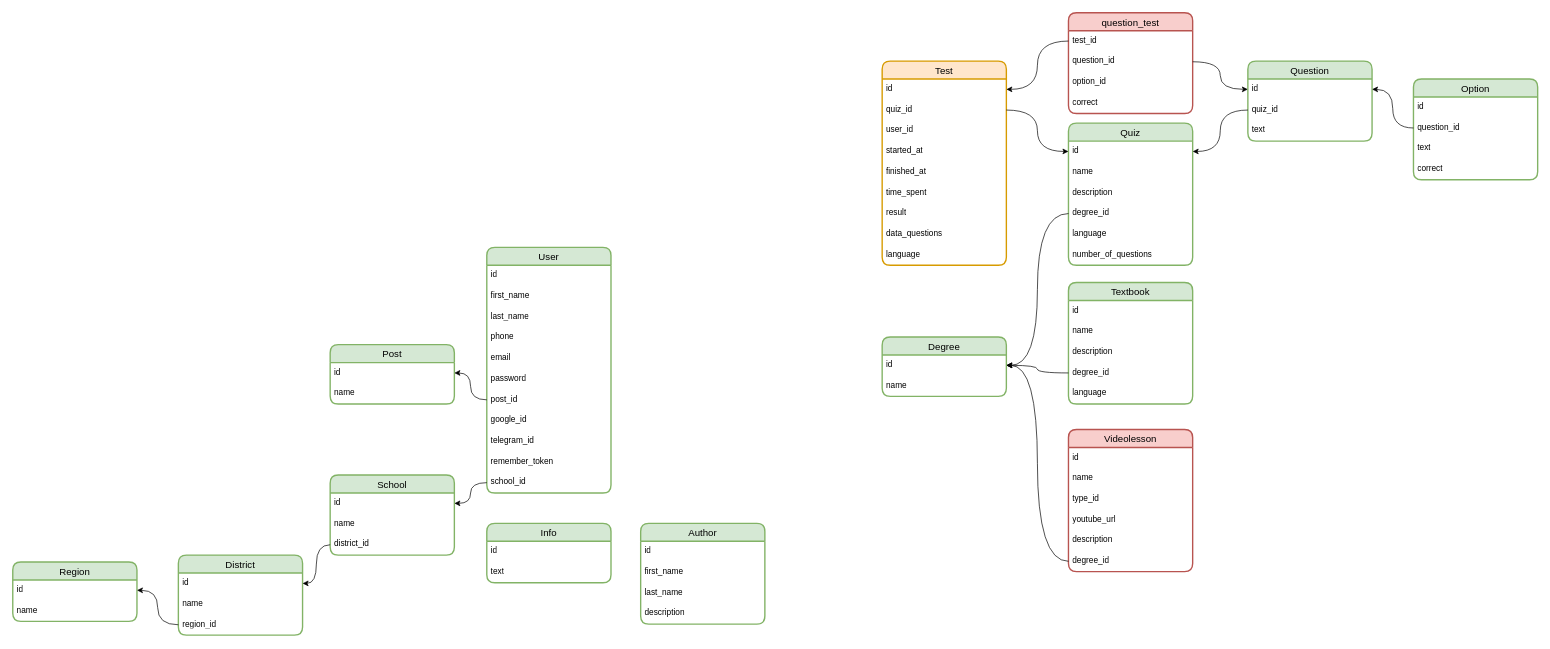
Earlier version of the draw.io diagram karsoft-learn-platform.drawio (iztileuoff/databases). Source tidied: cells renumbered, new cells numbered last; positions are measured from the earlier drawing's top-left corner, leaving out a move shared by most shapes. Both pictures are drawn from the tidied source at 69%, with x=0, y=0 at pixel (12, 12).
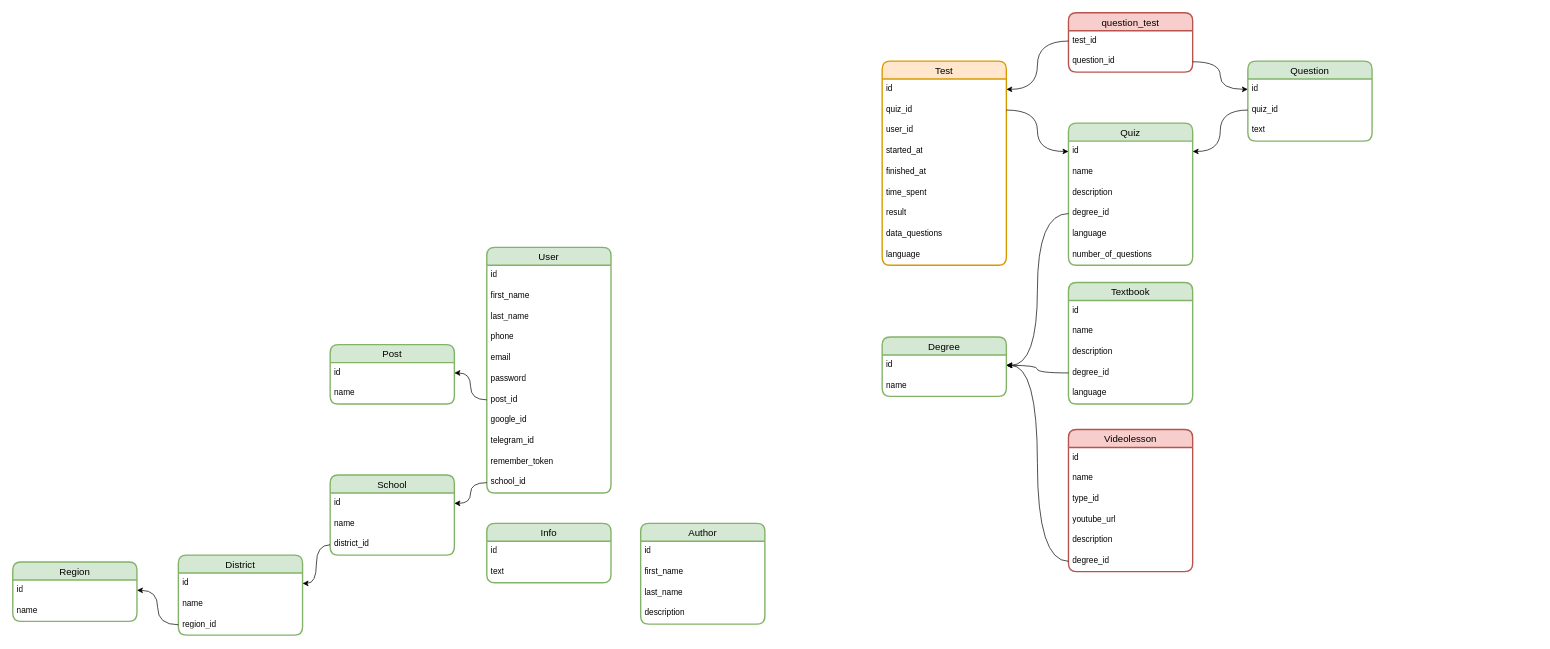
The same page after the edit.

The change refers to these unchanged cells:
```xml
<mxCell id="25" value="id" style="text;strokeColor=none;fillColor=none;spacingLeft=4;spacingRight=4;overflow=hidden;points=[[0,0.5],[1,0.5]];portConstraint=eastwest;fontSize=12;whiteSpace=wrap;html=1;" parent="24" vertex="1">
  <mxGeometry y="26" width="180" height="30" as="geometry" />
</mxCell>
```

What changed in the source:
```diff
@@
-    <mxCell id="28" value="Option" style="swimlane;fontStyle=0;horizontal=1;startSize=26;align=center;fontSize=14;strokeWidth=2;rounded=1;shadow=0;glass=0;swimlaneLine=1;labelBackgroundColor=none;labelBorderColor=none;textShadow=0;fillColor=#d5e8d4;strokeColor=#82b366;" parent="1" vertex="1">
-      <mxGeometry x="2030" y="96" width="180" height="146" as="geometry" />
-    </mxCell>
-    <mxCell id="29" value="id" style="text;strokeColor=none;fillColor=none;spacingLeft=4;spacingRight=4;overflow=hidden;fontSize=12;whiteSpace=wrap;html=1;" parent="28" vertex="1">
-      <mxGeometry y="26" width="180" height="30" as="geometry" />
-    </mxCell>
-    <mxCell id="30" value="question_id" style="text;strokeColor=none;fillColor=none;spacingLeft=4;spacingRight=4;overflow=hidden;points=[[0,0.5],[1,0.5]];portConstraint=eastwest;fontSize=12;whiteSpace=wrap;html=1;" parent="28" vertex="1">
-      <mxGeometry y="56" width="180" height="30" as="geometry" />
-    </mxCell>
-    <mxCell id="31" value="text" style="text;strokeColor=none;fillColor=none;spacingLeft=4;spacingRight=4;overflow=hidden;fontSize=12;whiteSpace=wrap;html=1;" parent="28" vertex="1">
-      <mxGeometry y="86" width="180" height="30" as="geometry" />
-    </mxCell>
-    <mxCell id="32" value="correct" style="text;strokeColor=none;fillColor=none;spacingLeft=4;spacingRight=4;overflow=hidden;fontSize=12;whiteSpace=wrap;html=1;" parent="28" vertex="1">
-      <mxGeometry y="116" width="180" height="30" as="geometry" />
-    </mxCell>
-    <mxCell id="33" style="edgeStyle=orthogonalEdgeStyle;rounded=0;jettySize=auto;html=1;entryX=1;entryY=0.5;entryDx=0;entryDy=0;curved=1;" parent="1" edge="1" source="30" target="25">
-      <mxGeometry relative="1" as="geometry" />
-    </mxCell>
@@
     <mxCell id="45" value="question_test" style="swimlane;fontStyle=0;horizontal=1;startSize=26;align=center;fontSize=14;strokeWidth=2;rounded=1;shadow=0;glass=0;swimlaneLine=1;labelBackgroundColor=none;labelBorderColor=none;textShadow=0;fillColor=#f8cecc;strokeColor=#b85450;" parent="1" vertex="1">
-      <mxGeometry x="1530" width="180" height="146" as="geometry" />
+      <mxGeometry x="1530" width="180" height="86" as="geometry" />
     </mxCell>
@@
-    <mxCell id="48" value="option_id" style="text;strokeColor=none;fillColor=none;spacingLeft=4;spacingRight=4;overflow=hidden;fontSize=12;whiteSpace=wrap;html=1;" parent="45" vertex="1">
-      <mxGeometry y="86" width="180" height="30" as="geometry" />
-    </mxCell>
-    <mxCell id="49" value="correct" style="text;strokeColor=none;fillColor=none;spacingLeft=4;spacingRight=4;overflow=hidden;fontSize=12;whiteSpace=wrap;html=1;" parent="45" vertex="1">
-      <mxGeometry y="116" width="180" height="30" as="geometry" />
-    </mxCell>
```
